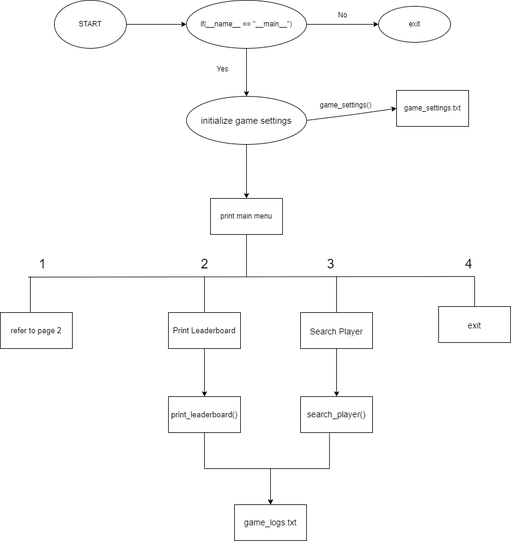
This is hangman.drawio.png from gatariee/PSEC-Hangman, a draw.io export, as it was before one commit. Source tidied: cells renumbered, new cells last; positions are measured from the earlier drawing's top-left corner, leaving out a move shared by most shapes.
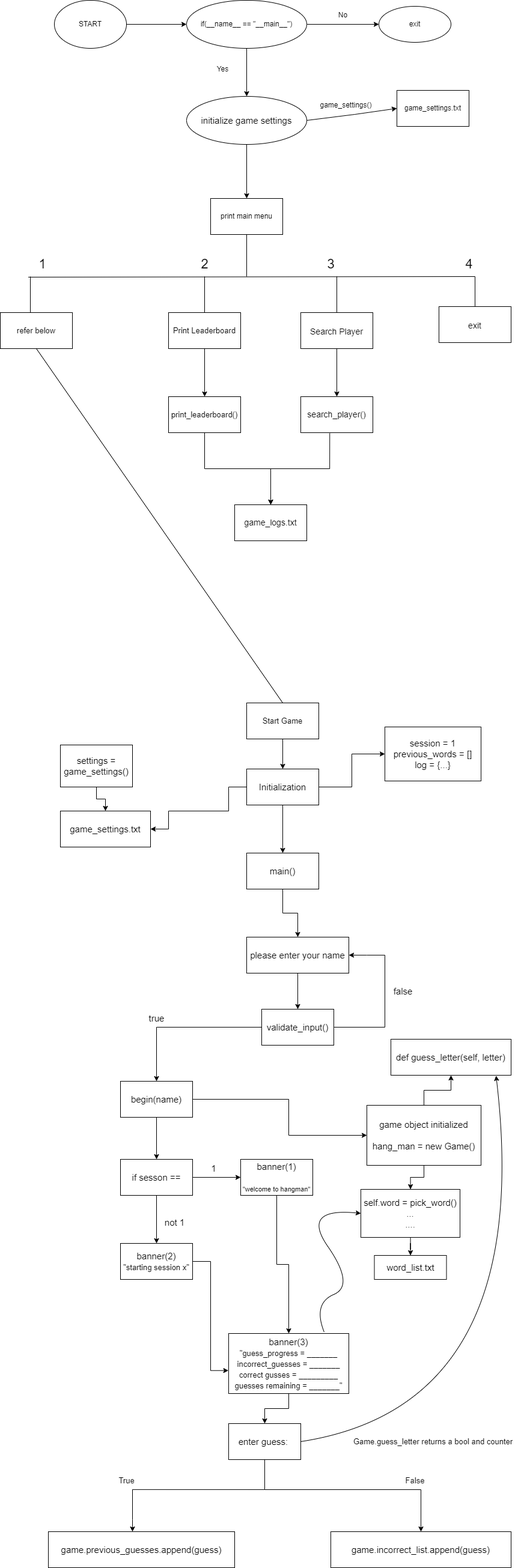
Later version of the same file.

Diff of the diagram source:
```diff
@@ -130,8 +130,218 @@
     <mxCell id="35" style="edgeStyle=orthogonalEdgeStyle;rounded=0;jettySize=auto;html=1;fontSize=13;exitX=0.402;exitY=1.017;exitDx=0;exitDy=0;exitPerimeter=0;entryX=0.5;entryY=0;entryDx=0;entryDy=0;" parent="1" edge="1" source="29" target="34">
       <mxGeometry relative="1" as="geometry" />
     </mxCell>
-    <mxCell id="36" value="refer to page 2" style="whiteSpace=wrap;html=1;fontSize=13;" parent="1" vertex="1">
+    <mxCell id="36" value="refer below" style="whiteSpace=wrap;html=1;fontSize=13;" parent="1" vertex="1">
       <mxGeometry y="520" width="120" height="60" as="geometry" />
     </mxCell>
+    <mxCell id="37" style="endArrow=none;html=1;rounded=0;fontSize=13;entryX=0.5;entryY=1;entryDx=0;entryDy=0;" parent="1" edge="1" target="36">
+      <mxGeometry relative="1" as="geometry">
+        <mxPoint x="470" y="1170" as="sourcePoint" />
+      </mxGeometry>
+    </mxCell>
+    <mxCell id="38" value="Start Game" style="rounded=0;whiteSpace=wrap;html=1;fontSize=13;" parent="1" vertex="1">
+      <mxGeometry x="410" y="1170" width="120" height="60" as="geometry" />
+    </mxCell>
+    <mxCell id="39" style="endArrow=classic;html=1;rounded=0;fontSize=15;" parent="1" edge="1">
+      <mxGeometry relative="1" as="geometry">
+        <mxPoint x="470" y="1230" as="sourcePoint" />
+        <mxPoint x="470" y="1280" as="targetPoint" />
+      </mxGeometry>
+    </mxCell>
+    <mxCell id="40" style="edgeStyle=orthogonalEdgeStyle;rounded=0;jettySize=auto;html=1;fontSize=15;" parent="1" edge="1" source="42" target="43">
+      <mxGeometry relative="1" as="geometry" />
+    </mxCell>
+    <mxCell id="41" style="edgeStyle=orthogonalEdgeStyle;rounded=0;jettySize=auto;html=1;fontSize=15;" parent="1" edge="1" source="42" target="49">
+      <mxGeometry relative="1" as="geometry" />
+    </mxCell>
+    <mxCell id="42" value="Initialization" style="rounded=0;whiteSpace=wrap;html=1;fontSize=15;" parent="1" vertex="1">
+      <mxGeometry x="410" y="1280" width="120" height="60" as="geometry" />
+    </mxCell>
+    <mxCell id="43" value="session = 1&lt;br&gt;previous_words = []&lt;br&gt;log = {...}" style="rounded=0;whiteSpace=wrap;html=1;fontSize=15;" parent="1" vertex="1">
+      <mxGeometry x="640" y="1210" width="160" height="90" as="geometry" />
+    </mxCell>
+    <mxCell id="44" style="edgeStyle=orthogonalEdgeStyle;rounded=0;jettySize=auto;html=1;fontSize=15;" parent="1" edge="1" source="45" target="46">
+      <mxGeometry relative="1" as="geometry" />
+    </mxCell>
+    <mxCell id="45" value="settings = game_settings()" style="whiteSpace=wrap;html=1;fontSize=15;" parent="1" vertex="1">
+      <mxGeometry x="100" y="1240" width="120" height="70" as="geometry" />
+    </mxCell>
+    <mxCell id="46" value="game_settings.txt" style="whiteSpace=wrap;html=1;fontSize=15;" parent="1" vertex="1">
+      <mxGeometry x="100" y="1350" width="150" height="60" as="geometry" />
+    </mxCell>
+    <mxCell id="47" style="edgeStyle=orthogonalEdgeStyle;rounded=0;jettySize=auto;html=1;fontSize=15;exitX=0;exitY=0.5;exitDx=0;exitDy=0;entryX=1;entryY=0.5;entryDx=0;entryDy=0;" parent="1" edge="1" source="42" target="46">
+      <mxGeometry relative="1" as="geometry">
+        <Array as="points">
+          <mxPoint x="380" y="1310" />
+          <mxPoint x="380" y="1350" />
+          <mxPoint x="280" y="1350" />
+          <mxPoint x="280" y="1380" />
+        </Array>
+      </mxGeometry>
+    </mxCell>
+    <mxCell id="48" style="edgeStyle=orthogonalEdgeStyle;rounded=0;jettySize=auto;html=1;fontSize=15;" parent="1" edge="1" source="49" target="52">
+      <mxGeometry relative="1" as="geometry" />
+    </mxCell>
+    <mxCell id="49" value="main()" style="whiteSpace=wrap;html=1;fontSize=15;rounded=0;" parent="1" vertex="1">
+      <mxGeometry x="410" y="1420" width="120" height="60" as="geometry" />
+    </mxCell>
+    <mxCell id="50" style="edgeStyle=orthogonalEdgeStyle;rounded=0;jettySize=auto;html=1;fontSize=15;" parent="1" edge="1" source="52" target="54">
+      <mxGeometry relative="1" as="geometry" />
+    </mxCell>
+    <mxCell id="51" style="edgeStyle=orthogonalEdgeStyle;rounded=0;jettySize=auto;html=1;fontSize=15;" parent="1" edge="1" target="52">
+      <mxGeometry relative="1" as="geometry">
+        <mxPoint x="640" y="1590" as="sourcePoint" />
+        <Array as="points">
+          <mxPoint x="610" y="1590" />
+          <mxPoint x="610" y="1590" />
+        </Array>
+      </mxGeometry>
+    </mxCell>
+    <mxCell id="52" value="please enter your name" style="whiteSpace=wrap;html=1;fontSize=15;rounded=0;" parent="1" vertex="1">
+      <mxGeometry x="410" y="1560" width="170" height="60" as="geometry" />
+    </mxCell>
+    <mxCell id="53" style="edgeStyle=orthogonalEdgeStyle;rounded=0;jettySize=auto;html=1;fontSize=15;" parent="1" edge="1" source="54" target="57">
+      <mxGeometry relative="1" as="geometry" />
+    </mxCell>
+    <mxCell id="54" value="validate_input()" style="rounded=0;whiteSpace=wrap;html=1;fontSize=15;" parent="1" vertex="1">
+      <mxGeometry x="435" y="1680" width="120" height="60" as="geometry" />
+    </mxCell>
+    <mxCell id="55" style="edgeStyle=orthogonalEdgeStyle;rounded=0;jettySize=auto;html=1;fontSize=15;" parent="1" edge="1" source="57" target="64">
+      <mxGeometry relative="1" as="geometry" />
+    </mxCell>
+    <mxCell id="56" style="edgeStyle=orthogonalEdgeStyle;rounded=0;jettySize=auto;html=1;fontSize=15;" parent="1" edge="1" source="57">
+      <mxGeometry relative="1" as="geometry">
+        <mxPoint x="610" y="1890" as="targetPoint" />
+        <Array as="points">
+          <mxPoint x="480" y="1830" />
+          <mxPoint x="480" y="1890" />
+        </Array>
+      </mxGeometry>
+    </mxCell>
+    <mxCell id="57" value="begin(name)" style="whiteSpace=wrap;html=1;fontSize=15;rounded=0;" parent="1" vertex="1">
+      <mxGeometry x="200" y="1800" width="120" height="60" as="geometry" />
+    </mxCell>
+    <mxCell id="58" style="endArrow=none;html=1;rounded=0;fontSize=15;" parent="1" edge="1" source="54">
+      <mxGeometry relative="1" as="geometry">
+        <mxPoint x="640" y="1710" as="targetPoint" />
+      </mxGeometry>
+    </mxCell>
+    <mxCell id="59" style="endArrow=none;html=1;rounded=0;fontSize=15;" parent="1" edge="1">
+      <mxGeometry relative="1" as="geometry">
+        <mxPoint x="640" y="1710" as="sourcePoint" />
+        <mxPoint x="640" y="1590" as="targetPoint" />
+      </mxGeometry>
+    </mxCell>
+    <mxCell id="60" value="false" style="text;html=1;align=center;verticalAlign=middle;strokeColor=none;fillColor=none;fontSize=15;" parent="1" vertex="1">
+      <mxGeometry x="640" y="1635" width="60" height="30" as="geometry" />
+    </mxCell>
+    <mxCell id="61" value="true" style="text;html=1;align=center;verticalAlign=middle;strokeColor=none;fillColor=none;fontSize=15;" parent="1" vertex="1">
+      <mxGeometry x="235" y="1680" width="50" height="30" as="geometry" />
+    </mxCell>
+    <mxCell id="62" style="edgeStyle=orthogonalEdgeStyle;rounded=0;jettySize=auto;html=1;fontSize=15;" parent="1" edge="1" source="64" target="65">
+      <mxGeometry relative="1" as="geometry" />
+    </mxCell>
+    <mxCell id="63" style="edgeStyle=orthogonalEdgeStyle;rounded=0;jettySize=auto;html=1;fontSize=15;" parent="1" edge="1" source="64" target="68">
+      <mxGeometry relative="1" as="geometry" />
+    </mxCell>
+    <mxCell id="64" value="if sesson ==" style="whiteSpace=wrap;html=1;fontSize=15;" parent="1" vertex="1">
+      <mxGeometry x="200" y="1930" width="120" height="60" as="geometry" />
+    </mxCell>
+    <mxCell id="65" value="banner(1)&lt;br&gt;&lt;br&gt;&lt;font style=&quot;font-size: 11px;&quot;&gt;&quot;welcome to hangman&quot;&lt;/font&gt;" style="whiteSpace=wrap;html=1;fontSize=15;" parent="1" vertex="1">
+      <mxGeometry x="400" y="1930" width="120" height="60" as="geometry" />
+    </mxCell>
+    <mxCell id="66" value="1" style="text;html=1;align=center;verticalAlign=middle;strokeColor=none;fillColor=none;fontSize=15;" parent="1" vertex="1">
+      <mxGeometry x="340" y="1930" width="30" height="30" as="geometry" />
+    </mxCell>
+    <mxCell id="67" style="edgeStyle=orthogonalEdgeStyle;rounded=0;jettySize=auto;html=1;fontSize=15;entryX=-0.002;entryY=0.617;entryDx=0;entryDy=0;entryPerimeter=0;" parent="1" edge="1" source="68" target="71">
+      <mxGeometry relative="1" as="geometry" />
+    </mxCell>
+    <mxCell id="68" value="banner(2)&lt;br&gt;&lt;font style=&quot;font-size: 13px;&quot;&gt;&quot;starting session x&quot;&lt;/font&gt;" style="whiteSpace=wrap;html=1;fontSize=15;" parent="1" vertex="1">
+      <mxGeometry x="200" y="2070" width="120" height="60" as="geometry" />
+    </mxCell>
+    <mxCell id="69" value="not 1" style="text;html=1;align=center;verticalAlign=middle;strokeColor=none;fillColor=none;fontSize=15;" parent="1" vertex="1">
+      <mxGeometry x="260" y="2020" width="60" height="30" as="geometry" />
+    </mxCell>
+    <mxCell id="70" style="edgeStyle=orthogonalEdgeStyle;rounded=0;jettySize=auto;html=1;fontSize=15;" parent="1" edge="1" source="71" target="77">
+      <mxGeometry relative="1" as="geometry" />
+    </mxCell>
+    <mxCell id="71" value="banner(3)&lt;br&gt;&lt;font style=&quot;font-size: 13px;&quot;&gt;&quot;guess_progress = _______&lt;br&gt;incorrect_guesses = _______&lt;br&gt;correct gusses = _________&lt;br&gt;guesses remaining = _______&quot;&lt;br&gt;&lt;/font&gt;" style="whiteSpace=wrap;html=1;fontSize=15;" parent="1" vertex="1">
+      <mxGeometry x="380" y="2220" width="200" height="100" as="geometry" />
+    </mxCell>
+    <mxCell id="72" style="edgeStyle=orthogonalEdgeStyle;rounded=0;jettySize=auto;html=1;fontSize=15;entryX=0.5;entryY=0;entryDx=0;entryDy=0;exitX=0.5;exitY=1;exitDx=0;exitDy=0;" parent="1" edge="1" source="65" target="71">
+      <mxGeometry relative="1" as="geometry" />
+    </mxCell>
+    <mxCell id="73" style="edgeStyle=orthogonalEdgeStyle;rounded=0;jettySize=auto;html=1;fontSize=15;" parent="1" edge="1" source="75" target="79">
+      <mxGeometry relative="1" as="geometry" />
+    </mxCell>
+    <mxCell id="74" style="edgeStyle=orthogonalEdgeStyle;rounded=0;jettySize=auto;html=1;fontSize=15;" parent="1" edge="1" source="75" target="80">
+      <mxGeometry relative="1" as="geometry" />
+    </mxCell>
+    <mxCell id="75" value="game object initialized&lt;br&gt;&lt;br&gt;hang_man = new Game()" style="whiteSpace=wrap;html=1;fontSize=15;rounded=0;" parent="1" vertex="1">
+      <mxGeometry x="610" y="1840" width="190" height="100" as="geometry" />
+    </mxCell>
+    <mxCell id="76" style="edgeStyle=orthogonalEdgeStyle;rounded=0;jettySize=auto;html=1;fontSize=13;" parent="1" edge="1" source="77" target="84">
+      <mxGeometry relative="1" as="geometry">
+        <Array as="points">
+          <mxPoint x="440" y="2480" />
+          <mxPoint x="700" y="2480" />
+        </Array>
+      </mxGeometry>
+    </mxCell>
+    <mxCell id="77" value="enter guess:&amp;nbsp;" style="whiteSpace=wrap;html=1;fontSize=15;" parent="1" vertex="1">
+      <mxGeometry x="380" y="2370" width="120" height="60" as="geometry" />
+    </mxCell>
+    <mxCell id="78" style="edgeStyle=orthogonalEdgeStyle;rounded=0;jettySize=auto;html=1;fontSize=15;" parent="1" edge="1" source="79" target="81">
+      <mxGeometry relative="1" as="geometry" />
+    </mxCell>
+    <mxCell id="79" value="self.word = pick_word()&lt;br&gt;...&lt;br&gt;...." style="whiteSpace=wrap;html=1;fontSize=15;rounded=0;" parent="1" vertex="1">
+      <mxGeometry x="600" y="1980" width="165" height="80" as="geometry" />
+    </mxCell>
+    <mxCell id="80" value="def guess_letter(self, letter)" style="whiteSpace=wrap;html=1;fontSize=15;rounded=0;" parent="1" vertex="1">
+      <mxGeometry x="650" y="1730" width="200" height="60" as="geometry" />
+    </mxCell>
+    <mxCell id="81" value="word_list.txt" style="whiteSpace=wrap;html=1;fontSize=15;rounded=0;" parent="1" vertex="1">
+      <mxGeometry x="622.5" y="2090" width="120" height="40" as="geometry" />
+    </mxCell>
+    <mxCell id="82" style="curved=1;endArrow=classic;html=1;rounded=0;fontSize=13;exitX=0.795;exitY=-0.022;exitDx=0;exitDy=0;exitPerimeter=0;entryX=0;entryY=0.5;entryDx=0;entryDy=0;" parent="1" edge="1" source="71" target="79">
+      <mxGeometry relative="1" as="geometry">
+        <Array as="points">
+          <mxPoint x="520" y="2170" />
+          <mxPoint x="590" y="2140" />
+          <mxPoint x="500" y="2010" />
+        </Array>
+      </mxGeometry>
+    </mxCell>
+    <mxCell id="83" style="curved=1;endArrow=classic;html=1;rounded=0;fontSize=13;entryX=0.875;entryY=1.013;entryDx=0;entryDy=0;entryPerimeter=0;exitX=1;exitY=0.5;exitDx=0;exitDy=0;" parent="1" edge="1" source="77" target="80">
+      <mxGeometry relative="1" as="geometry">
+        <Array as="points">
+          <mxPoint x="890" y="2340" />
+        </Array>
+      </mxGeometry>
+    </mxCell>
+    <mxCell id="84" value="game.incorrect_list.append(guess)" style="whiteSpace=wrap;html=1;fontSize=15;" parent="1" vertex="1">
+      <mxGeometry x="550" y="2550" width="300" height="60" as="geometry" />
+    </mxCell>
+    <mxCell id="85" style="edgeStyle=orthogonalEdgeStyle;rounded=0;orthogonalLoop=1;jettySize=auto;html=1;fontSize=13;" parent="1" edge="1">
+      <mxGeometry relative="1" as="geometry">
+        <mxPoint x="440" y="2479.9" as="sourcePoint" />
+        <mxPoint x="220" y="2550" as="targetPoint" />
+        <Array as="points">
+          <mxPoint x="220" y="2479.9" />
+          <mxPoint x="220" y="2529.9" />
+        </Array>
+      </mxGeometry>
+    </mxCell>
+    <mxCell id="86" value="game.previous_guesses.append(guess)" style="whiteSpace=wrap;html=1;fontSize=15;" parent="1" vertex="1">
+      <mxGeometry x="80" y="2550" width="310" height="60" as="geometry" />
+    </mxCell>
+    <mxCell id="87" value="Game.guess_letter returns a bool and counter" style="text;html=1;align=center;verticalAlign=middle;strokeColor=none;fillColor=none;fontSize=13;rotation=0;" parent="1" vertex="1">
+      <mxGeometry x="575" y="2385" width="290" height="30" as="geometry" />
+    </mxCell>
+    <mxCell id="88" value="True" style="text;html=1;align=center;verticalAlign=middle;strokeColor=none;fillColor=none;fontSize=13;" parent="1" vertex="1">
+      <mxGeometry x="185" y="2450" width="50" height="30" as="geometry" />
+    </mxCell>
+    <mxCell id="89" value="False" style="text;html=1;align=center;verticalAlign=middle;fillColor=none;strokeColor=none;rounded=0;fontSize=13;" parent="1" vertex="1">
+      <mxGeometry x="660" y="2450" width="60" height="30" as="geometry" />
+    </mxCell>
   </root>
 </mxGraphModel>
```
